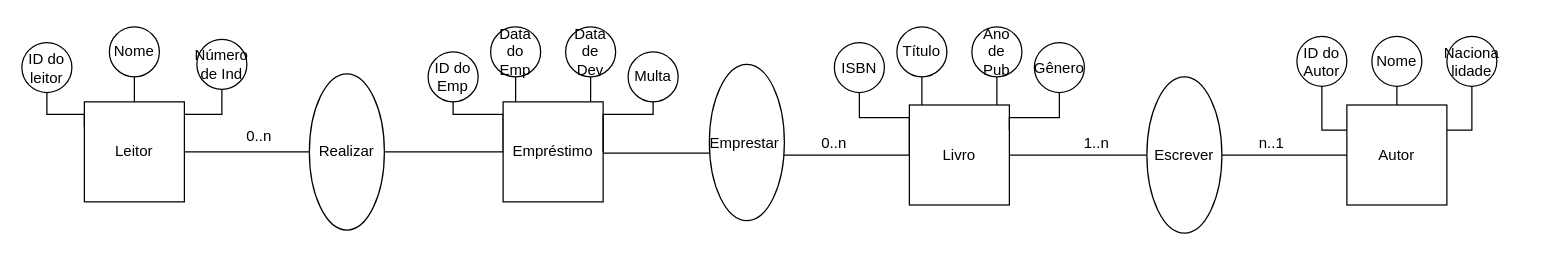
Earlier version of the draw.io diagram Atividade sobre ER Biblioteca.drawio (Aliel101/Aliel101-Atividades). Source tidied: cells renumbered, new cells numbered last; positions are measured from the earlier drawing's top-left corner, leaving out a move shared by most shapes. Both pictures are drawn from the tidied source at 125%, with x=0, y=0 at pixel (21, 26).
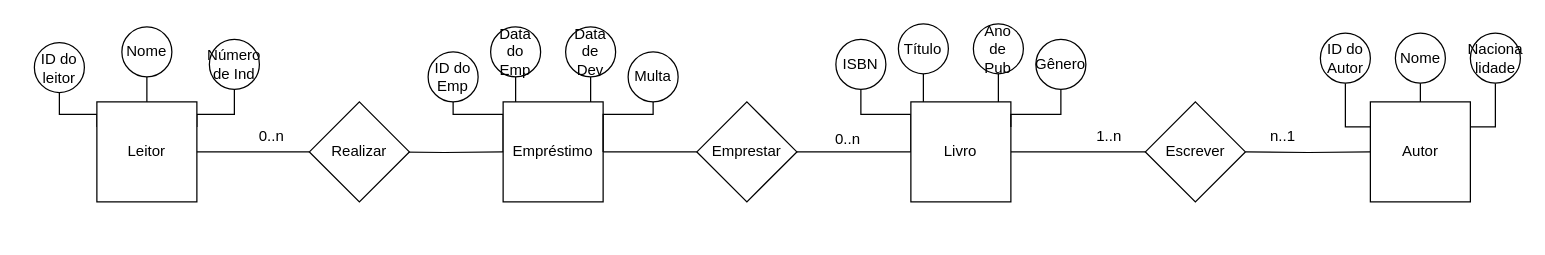
Above is the later version.

The change refers to these unchanged cells:
```xml
<mxCell id="32" value="Empréstimo" style="whiteSpace=wrap;html=1;" parent="1" vertex="1">
  <mxGeometry x="385" y="60" width="80" height="80" as="geometry" />
</mxCell>
```

Change to the diagram source:
```diff
@@
     <mxCell id="2" style="edgeStyle=orthogonalEdgeStyle;rounded=0;jettySize=auto;html=1;exitX=0.5;exitY=1;exitDx=0;exitDy=0;entryX=0;entryY=0.5;entryDx=0;entryDy=0;strokeColor=default;endArrow=none;endFill=0;" parent="1" edge="1" source="3" target="8">
       <mxGeometry relative="1" as="geometry">
         <Array as="points">
-          <mxPoint x="670" y="72.5" />
-          <mxPoint x="710" y="72.5" />
+          <mxPoint x="671.2" y="70" />
+          <mxPoint x="711.2" y="70" />
         </Array>
       </mxGeometry>
     </mxCell>
     <mxCell id="3" value="ISBN" style="ellipse;whiteSpace=wrap;html=1;" parent="1" vertex="1">
-      <mxGeometry x="650" y="12.5" width="40" height="40" as="geometry" />
+      <mxGeometry x="651.2" y="10" width="40" height="40" as="geometry" />
     </mxCell>
@@
     <mxCell id="5" value="Título" style="ellipse;whiteSpace=wrap;html=1;" parent="1" vertex="1">
-      <mxGeometry x="700" width="40" height="40" as="geometry" />
+      <mxGeometry x="701.2" y="-2.5" width="40" height="40" as="geometry" />
     </mxCell>
     <mxCell id="6" value="Ano de Pub" style="ellipse;whiteSpace=wrap;html=1;" parent="1" vertex="1">
-      <mxGeometry x="760" width="40" height="40" as="geometry" />
+      <mxGeometry x="761.2" y="-2.5" width="40" height="40" as="geometry" />
     </mxCell>
-    <mxCell id="7" style="edgeStyle=orthogonalEdgeStyle;rounded=0;jettySize=auto;html=1;exitX=1;exitY=0.5;exitDx=0;exitDy=0;entryX=0;entryY=0.5;entryDx=0;entryDy=0;endArrow=none;endFill=0;" parent="1" edge="1" source="8" target="38">
-      <mxGeometry relative="1" as="geometry" />
-    </mxCell>
+    <mxCell id="47" style="edgeStyle=orthogonalEdgeStyle;rounded=0;jettySize=auto;html=1;exitX=1;exitY=0.5;exitDx=0;exitDy=0;entryX=0;entryY=0.5;entryDx=0;entryDy=0;endArrow=none;endFill=0;" parent="1" edge="1" source="8">
+      <mxGeometry relative="1" as="geometry">
+        <mxPoint x="918.8" y="100" as="targetPoint" />
+      </mxGeometry>
+    </mxCell>
     <mxCell id="8" value="Livro" style="whiteSpace=wrap;html=1;" parent="1" vertex="1">
-      <mxGeometry x="710" y="62.5" width="80" height="80" as="geometry" />
+      <mxGeometry x="711.2" y="60" width="80" height="80" as="geometry" />
     </mxCell>
     <mxCell id="9" style="edgeStyle=orthogonalEdgeStyle;rounded=0;jettySize=auto;html=1;exitX=0.5;exitY=1;exitDx=0;exitDy=0;entryX=1;entryY=0.25;entryDx=0;entryDy=0;endArrow=none;endFill=0;" parent="1" edge="1" source="10" target="8">
       <mxGeometry relative="1" as="geometry">
         <Array as="points">
-          <mxPoint x="830" y="72.5" />
-          <mxPoint x="790" y="72.5" />
+          <mxPoint x="831.2" y="70" />
+          <mxPoint x="791.2" y="70" />
         </Array>
       </mxGeometry>
     </mxCell>
     <mxCell id="10" value="Gênero" style="ellipse;whiteSpace=wrap;html=1;" parent="1" vertex="1">
-      <mxGeometry x="810" y="12.5" width="40" height="40" as="geometry" />
+      <mxGeometry x="811.2" y="10" width="40" height="40" as="geometry" />
     </mxCell>
     <mxCell id="11" style="edgeStyle=orthogonalEdgeStyle;rounded=0;jettySize=auto;html=1;exitX=0.5;exitY=1;exitDx=0;exitDy=0;endArrow=none;endFill=0;" parent="1" edge="1" source="6">
       <mxGeometry relative="1" as="geometry">
-        <mxPoint x="780" y="62.5" as="targetPoint" />
+        <mxPoint x="781.2" y="60" as="targetPoint" />
       </mxGeometry>
     </mxCell>
@@
     <mxCell id="13" value="ID do Autor" style="ellipse;whiteSpace=wrap;html=1;" parent="1" vertex="1">
-      <mxGeometry x="1020" y="7.5" width="40" height="40" as="geometry" />
+      <mxGeometry x="1038.8" y="5" width="40" height="40" as="geometry" />
     </mxCell>
@@
     <mxCell id="15" value="Nome" style="ellipse;whiteSpace=wrap;html=1;" parent="1" vertex="1">
-      <mxGeometry x="1080" y="7.5" width="40" height="40" as="geometry" />
+      <mxGeometry x="1098.8" y="5" width="40" height="40" as="geometry" />
     </mxCell>
@@
     <mxCell id="17" value="Naciona&lt;div&gt;&lt;span style=&quot;background-color: initial;&quot;&gt;lidade&lt;/span&gt;&lt;br&gt;&lt;/div&gt;" style="ellipse;whiteSpace=wrap;html=1;" parent="1" vertex="1">
-      <mxGeometry x="1140" y="7.5" width="40" height="40" as="geometry" />
+      <mxGeometry x="1158.8" y="5" width="40" height="40" as="geometry" />
     </mxCell>
     <mxCell id="18" value="Autor" style="whiteSpace=wrap;html=1;" parent="1" vertex="1">
-      <mxGeometry x="1060" y="62.5" width="80" height="80" as="geometry" />
+      <mxGeometry x="1078.8" y="60" width="80" height="80" as="geometry" />
     </mxCell>
     <mxCell id="19" style="edgeStyle=orthogonalEdgeStyle;rounded=0;jettySize=auto;html=1;exitX=0.5;exitY=1;exitDx=0;exitDy=0;entryX=0;entryY=0.25;entryDx=0;entryDy=0;endArrow=none;endFill=0;" parent="1" edge="1" target="25">
       <mxGeometry relative="1" as="geometry">
-        <mxPoint x="20" y="50" as="sourcePoint" />
+        <mxPoint x="30" y="50" as="sourcePoint" />
         <Array as="points">
-          <mxPoint x="20" y="70" />
-          <mxPoint x="50" y="70" />
+          <mxPoint x="30" y="70" />
+          <mxPoint x="60" y="70" />
         </Array>
       </mxGeometry>
     </mxCell>
     <mxCell id="20" value="ID do leitor" style="ellipse;whiteSpace=wrap;html=1;" parent="1" vertex="1">
-      <mxGeometry y="12.5" width="40" height="40" as="geometry" />
+      <mxGeometry x="10" y="12.5" width="40" height="40" as="geometry" />
     </mxCell>
@@
     <mxCell id="22" value="Nome" style="ellipse;whiteSpace=wrap;html=1;" parent="1" vertex="1">
-      <mxGeometry x="70" width="40" height="40" as="geometry" />
+      <mxGeometry x="80" width="40" height="40" as="geometry" />
     </mxCell>
     <mxCell id="23" style="edgeStyle=orthogonalEdgeStyle;rounded=0;jettySize=auto;html=1;exitX=0.5;exitY=1;exitDx=0;exitDy=0;entryX=1;entryY=0.25;entryDx=0;entryDy=0;endArrow=none;endFill=0;" parent="1" edge="1" source="24" target="25">
       <mxGeometry relative="1" as="geometry">
         <Array as="points">
-          <mxPoint x="160" y="70" />
-          <mxPoint x="130" y="70" />
+          <mxPoint x="170" y="70" />
+          <mxPoint x="140" y="70" />
         </Array>
       </mxGeometry>
     </mxCell>
     <mxCell id="24" value="Número de Ind" style="ellipse;whiteSpace=wrap;html=1;" parent="1" vertex="1">
-      <mxGeometry x="140" y="10" width="40" height="40" as="geometry" />
+      <mxGeometry x="150" y="10" width="40" height="40" as="geometry" />
     </mxCell>
     <mxCell id="25" value="Leitor" style="whiteSpace=wrap;html=1;" parent="1" vertex="1">
-      <mxGeometry x="50" y="60" width="80" height="80" as="geometry" />
+      <mxGeometry x="60" y="60" width="80" height="80" as="geometry" />
     </mxCell>
@@
-    <mxCell id="31" style="edgeStyle=orthogonalEdgeStyle;rounded=0;jettySize=auto;html=1;entryX=0;entryY=0.5;entryDx=0;entryDy=0;endArrow=none;endFill=0;" parent="1" edge="1" target="45">
+    <mxCell id="31" style="edgeStyle=orthogonalEdgeStyle;rounded=0;jettySize=auto;html=1;entryX=0;entryY=0.5;entryDx=0;entryDy=0;endArrow=none;endFill=0;exitX=1;exitY=0.5;exitDx=0;exitDy=0;" parent="1" edge="1" source="32" target="45">
       <mxGeometry relative="1" as="geometry">
-        <mxPoint x="440" y="100" as="sourcePoint" />
         <Array as="points">
-          <mxPoint x="440" y="101" />
-          <mxPoint x="580" y="101" />
+          <mxPoint x="540" y="100" />
         </Array>
       </mxGeometry>
     </mxCell>
@@
     <mxCell id="36" value="1..n" style="text;html=1;align=center;verticalAlign=middle;whiteSpace=wrap;rounded=0;" parent="1" vertex="1">
-      <mxGeometry x="830" y="77.5" width="60" height="30" as="geometry" />
+      <mxGeometry x="840" y="73" width="60" height="30" as="geometry" />
     </mxCell>
-    <mxCell id="37" style="edgeStyle=orthogonalEdgeStyle;rounded=0;jettySize=auto;html=1;exitX=1;exitY=0.5;exitDx=0;exitDy=0;endArrow=none;endFill=0;" parent="1" edge="1" source="38" target="18">
-      <mxGeometry relative="1" as="geometry" />
+    <mxCell id="37" style="edgeStyle=orthogonalEdgeStyle;rounded=0;jettySize=auto;html=1;exitX=1;exitY=0.5;exitDx=0;exitDy=0;endArrow=none;endFill=0;" parent="1" edge="1" target="18">
+      <mxGeometry relative="1" as="geometry">
+        <mxPoint x="978.8" y="100" as="sourcePoint" />
+      </mxGeometry>
     </mxCell>
-    <mxCell id="38" value="Escrever" style="ellipse;whiteSpace=wrap;html=1;" parent="1" vertex="1">
-      <mxGeometry x="900" y="40" width="60" height="125" as="geometry" />
-    </mxCell>
     <mxCell id="39" value="n..1" style="text;html=1;align=center;verticalAlign=middle;whiteSpace=wrap;rounded=0;" parent="1" vertex="1">
-      <mxGeometry x="970" y="77.5" width="60" height="30" as="geometry" />
+      <mxGeometry x="978.8" y="73" width="60" height="30" as="geometry" />
     </mxCell>
-    <mxCell id="40" style="edgeStyle=orthogonalEdgeStyle;rounded=0;jettySize=auto;html=1;exitX=1;exitY=0.5;exitDx=0;exitDy=0;entryX=0;entryY=0.5;entryDx=0;entryDy=0;endArrow=none;endFill=0;" parent="1" edge="1" source="41" target="32">
-      <mxGeometry relative="1" as="geometry" />
+    <mxCell id="40" style="edgeStyle=orthogonalEdgeStyle;rounded=0;jettySize=auto;html=1;exitX=1;exitY=0.5;exitDx=0;exitDy=0;entryX=0;entryY=0.5;entryDx=0;entryDy=0;endArrow=none;endFill=0;" parent="1" edge="1" target="32">
+      <mxGeometry relative="1" as="geometry">
+        <mxPoint x="290" y="100" as="sourcePoint" />
+      </mxGeometry>
     </mxCell>
-    <mxCell id="41" value="Realizar" style="ellipse;whiteSpace=wrap;html=1;" parent="1" vertex="1">
-      <mxGeometry x="230" y="37.5" width="60" height="125" as="geometry" />
-    </mxCell>
-    <mxCell id="42" style="edgeStyle=orthogonalEdgeStyle;rounded=0;jettySize=auto;html=1;exitX=1;exitY=0.5;exitDx=0;exitDy=0;endArrow=none;endFill=0;entryX=0;entryY=0.5;entryDx=0;entryDy=0;" parent="1" edge="1" source="25" target="41">
-      <mxGeometry relative="1" as="geometry" />
+    <mxCell id="42" style="edgeStyle=orthogonalEdgeStyle;rounded=0;jettySize=auto;html=1;exitX=1;exitY=0.5;exitDx=0;exitDy=0;endArrow=none;endFill=0;entryX=0;entryY=0.5;entryDx=0;entryDy=0;" parent="1" edge="1" source="25">
+      <mxGeometry relative="1" as="geometry">
+        <mxPoint x="230" y="100" as="targetPoint" />
+      </mxGeometry>
     </mxCell>
     <mxCell id="43" value="0..n" style="text;html=1;align=center;verticalAlign=middle;whiteSpace=wrap;rounded=0;" parent="1" vertex="1">
-      <mxGeometry x="160" y="72.5" width="60" height="30" as="geometry" />
+      <mxGeometry x="170" y="72.5" width="60" height="30" as="geometry" />
     </mxCell>
+    <mxCell id="46" value="0..n" style="text;html=1;align=center;verticalAlign=middle;whiteSpace=wrap;rounded=0;" parent="1" vertex="1">
+      <mxGeometry x="631.2" y="75" width="60" height="30" as="geometry" />
+    </mxCell>
+    <mxCell id="41" value="Realizar" style="rhombus;whiteSpace=wrap;html=1;" parent="1" vertex="1">
+      <mxGeometry x="230" y="60" width="80" height="80" as="geometry" />
+    </mxCell>
-    <mxCell id="44" style="edgeStyle=orthogonalEdgeStyle;rounded=0;jettySize=auto;html=1;exitX=0.98;exitY=0.581;exitDx=0;exitDy=0;entryX=0;entryY=0.5;entryDx=0;entryDy=0;endArrow=none;endFill=0;exitPerimeter=0;" parent="1" edge="1" source="45" target="8">
+    <mxCell id="44" style="edgeStyle=orthogonalEdgeStyle;rounded=0;jettySize=auto;html=1;exitX=1;exitY=0.5;exitDx=0;exitDy=0;entryX=0;entryY=0.5;entryDx=0;entryDy=0;endArrow=none;endFill=0;" parent="1" edge="1" source="45" target="8">
       <mxGeometry relative="1" as="geometry" />
     </mxCell>
-    <mxCell id="45" value="Emprestar&amp;nbsp;" style="ellipse;whiteSpace=wrap;html=1;" parent="1" vertex="1">
-      <mxGeometry x="550" y="30" width="60" height="125" as="geometry" />
+    <mxCell id="45" value="Emprestar" style="rhombus;whiteSpace=wrap;html=1;" parent="1" vertex="1">
+      <mxGeometry x="540" y="60" width="80" height="80" as="geometry" />
     </mxCell>
-    <mxCell id="46" value="0..n" style="text;html=1;align=center;verticalAlign=middle;whiteSpace=wrap;rounded=0;" parent="1" vertex="1">
-      <mxGeometry x="620" y="77.5" width="60" height="30" as="geometry" />
-    </mxCell>
+    <mxCell id="38" value="Escrever" style="rhombus;whiteSpace=wrap;html=1;" parent="1" vertex="1">
+      <mxGeometry x="898.8" y="60" width="80" height="80" as="geometry" />
+    </mxCell>
```
